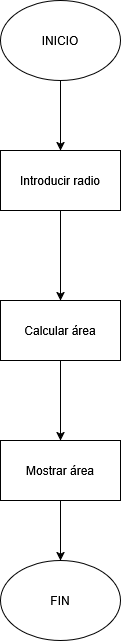
Before: Primer_Trimestre/UD_1_Introduccion_a_la_programación/Ejercicio_4/diagramaEjercicio4.png, a diagram exported from draw.io (fnavcac/prog26-27). Source tidied: cells renumbered, new cells last; positions are measured from the earlier drawing's top-left corner, leaving out a move shared by most shapes.
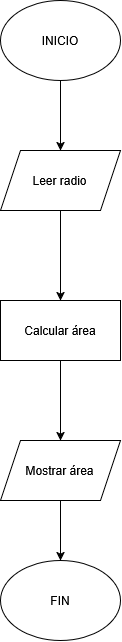
Later version of the same file.

Commit message:
Actualizado index.html y añadidos al ejercicio 4

What changed in the source:
```diff
@@ -8,26 +8,34 @@
     <mxCell id="3" value="FIN" style="ellipse;whiteSpace=wrap;html=1;shapeInside=1;" parent="1" vertex="1">
       <mxGeometry y="560" width="120" height="80" as="geometry" />
     </mxCell>
-    <mxCell id="4" value="Introducir radio" style="rounded=0;whiteSpace=wrap;html=1;" parent="1" vertex="1">
-      <mxGeometry y="150" width="120" height="60" as="geometry" />
-    </mxCell>
     <mxCell id="5" value="Calcular área" style="rounded=0;whiteSpace=wrap;html=1;" parent="1" vertex="1">
       <mxGeometry y="300" width="120" height="60" as="geometry" />
     </mxCell>
-    <mxCell id="6" value="Mostrar área" style="rounded=0;whiteSpace=wrap;html=1;" parent="1" vertex="1">
-      <mxGeometry y="440" width="120" height="60" as="geometry" />
-    </mxCell>
-    <mxCell id="7" style="endArrow=classic;html=1;rounded=0;entryX=0.5;entryY=0;entryDx=0;entryDy=0;exitX=0.5;exitY=1;exitDx=0;exitDy=0;" parent="1" edge="1" source="2" target="4">
-      <mxGeometry relative="1" as="geometry" />
+    <mxCell id="7" style="endArrow=classic;html=1;rounded=0;entryX=0.5;entryY=0;entryDx=0;entryDy=0;exitX=0.5;exitY=1;exitDx=0;exitDy=0;" parent="1" edge="1" source="2">
+      <mxGeometry relative="1" as="geometry">
+        <mxPoint x="60" y="150" as="targetPoint" />
+      </mxGeometry>
     </mxCell>
-    <mxCell id="8" style="endArrow=classic;html=1;rounded=0;entryX=0.5;entryY=0;entryDx=0;entryDy=0;exitX=0.5;exitY=1;exitDx=0;exitDy=0;" parent="1" edge="1" source="4" target="5">
-      <mxGeometry relative="1" as="geometry" />
+    <mxCell id="8" style="endArrow=classic;html=1;rounded=0;entryX=0.5;entryY=0;entryDx=0;entryDy=0;exitX=0.5;exitY=1;exitDx=0;exitDy=0;" parent="1" edge="1" target="5">
+      <mxGeometry relative="1" as="geometry">
+        <mxPoint x="60" y="210" as="sourcePoint" />
+      </mxGeometry>
     </mxCell>
-    <mxCell id="9" style="endArrow=classic;html=1;rounded=0;exitX=0.5;exitY=1;exitDx=0;exitDy=0;entryX=0.5;entryY=0;entryDx=0;entryDy=0;" parent="1" edge="1" source="5" target="6">
-      <mxGeometry relative="1" as="geometry" />
+    <mxCell id="9" style="endArrow=classic;html=1;rounded=0;exitX=0.5;exitY=1;exitDx=0;exitDy=0;entryX=0.5;entryY=0;entryDx=0;entryDy=0;" parent="1" edge="1" source="5">
+      <mxGeometry relative="1" as="geometry">
+        <mxPoint x="60" y="440" as="targetPoint" />
+      </mxGeometry>
     </mxCell>
-    <mxCell id="10" style="endArrow=classic;html=1;rounded=0;exitX=0.5;exitY=1;exitDx=0;exitDy=0;entryX=0.5;entryY=0;entryDx=0;entryDy=0;" parent="1" edge="1" source="6" target="3">
-      <mxGeometry relative="1" as="geometry" />
+    <mxCell id="10" style="endArrow=classic;html=1;rounded=0;exitX=0.5;exitY=1;exitDx=0;exitDy=0;entryX=0.5;entryY=0;entryDx=0;entryDy=0;" parent="1" edge="1" target="3">
+      <mxGeometry relative="1" as="geometry">
+        <mxPoint x="60" y="500" as="sourcePoint" />
+      </mxGeometry>
     </mxCell>
+    <mxCell id="11" value="Leer radio" style="shape=parallelogram;perimeter=parallelogramPerimeter;whiteSpace=wrap;html=1;shapeInside=1;fixedSize=1;" parent="1" vertex="1">
+      <mxGeometry y="150" width="120" height="60" as="geometry" />
+    </mxCell>
+    <mxCell id="6" value="Mostrar área" style="shape=parallelogram;perimeter=parallelogramPerimeter;whiteSpace=wrap;html=1;shapeInside=1;fixedSize=1;" parent="1" vertex="1">
+      <mxGeometry y="440" width="120" height="60" as="geometry" />
+    </mxCell>
   </root>
 </mxGraphModel>
```
